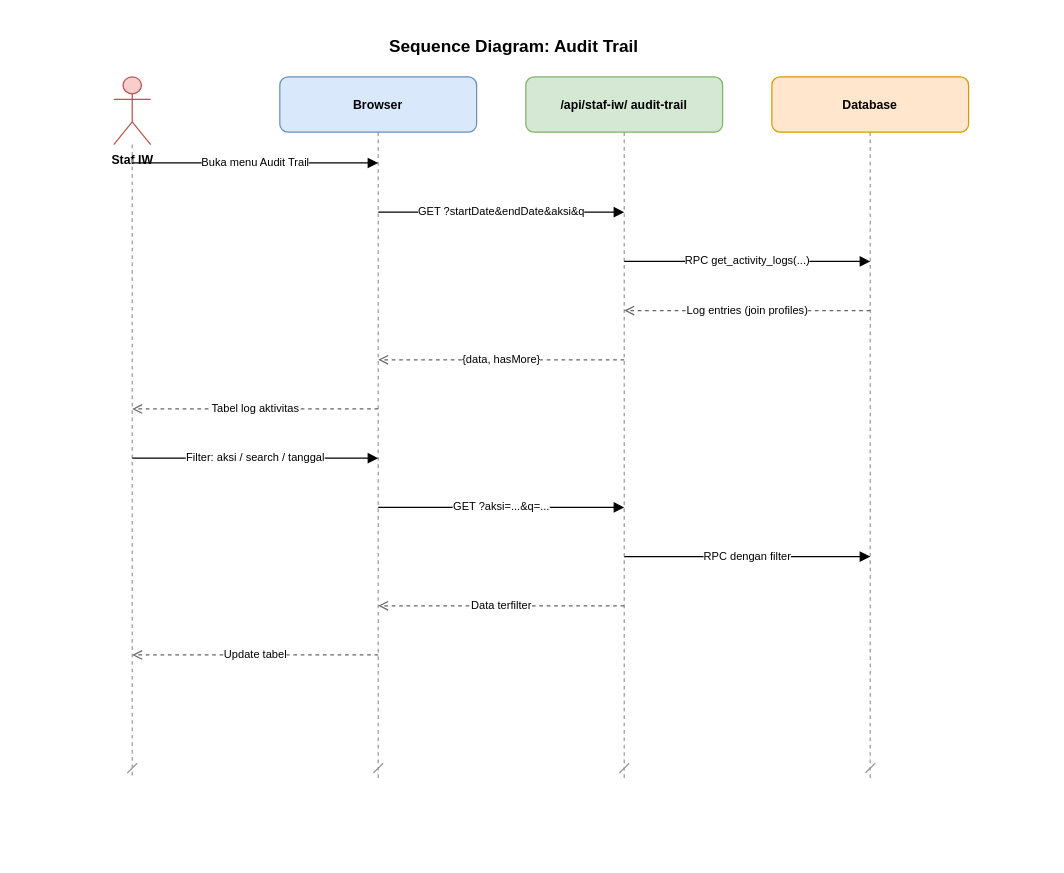
Earlier version of the draw.io diagram docs/diagrams/sequence/20-sq-audit-trail.drawio (RyanGLoomy/terminal-iwkbu). Source tidied: cells renumbered, new cells numbered last; positions are measured from the earlier drawing's top-left corner, leaving out a move shared by most shapes. Both pictures are drawn from the tidied source at 123%, with x=0, y=0 at pixel (58, 27).
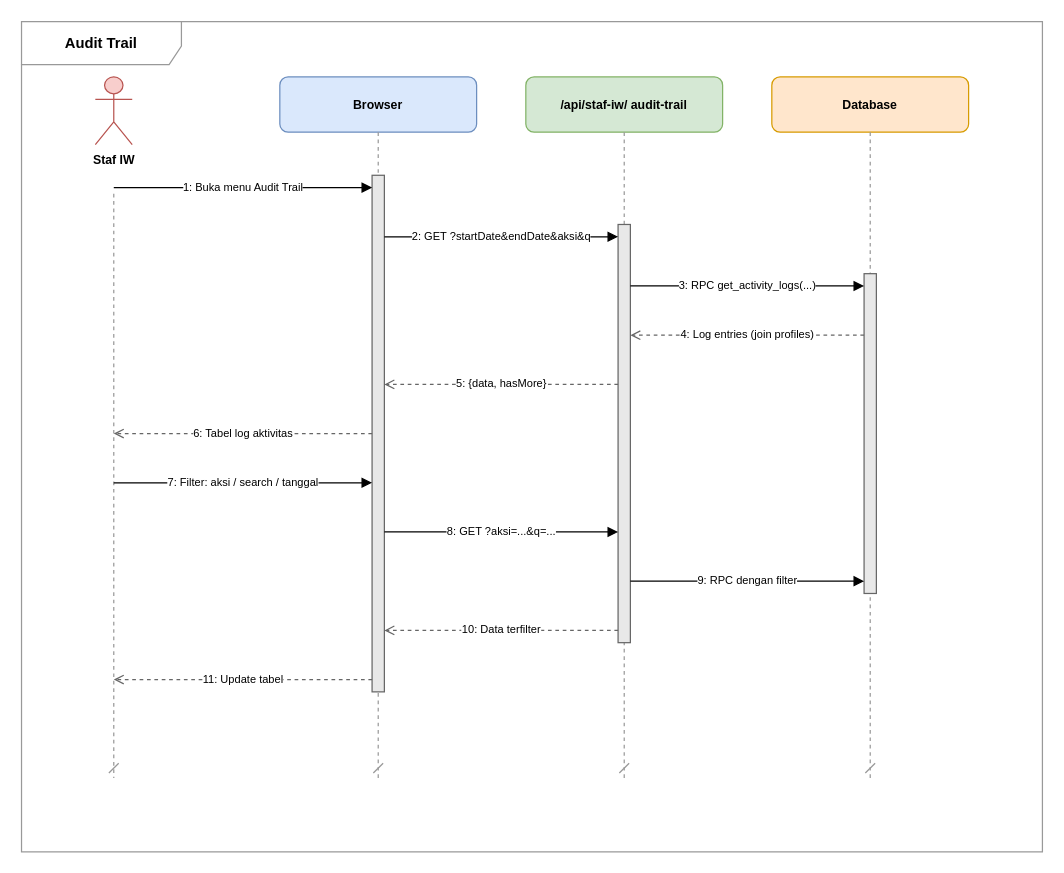
Above is the later version.

What changed in the source:
```diff
@@
-    <mxCell id="2" value="Sequence Diagram: Audit Trail" style="text;html=1;align=center;verticalAlign=middle;fontSize=14;fontStyle=1;strokeColor=none;fillColor=none;" parent="1" vertex="1">
-      <mxGeometry width="740" height="30" as="geometry" />
-    </mxCell>
+    <mxCell id="22" value="Audit Trail" style="shape=umlFrame;whiteSpace=wrap;html=1;fillColor=none;strokeColor=#999999;fontSize=12;fontStyle=1;lightOpacity=50;tabWidth=130;tabHeight=22;width=130;height=35;" parent="1" vertex="1">
+      <mxGeometry x="-30" y="-5" width="830" height="675" as="geometry" />
+    </mxCell>
     <mxCell id="3" value="Staf IW" style="shape=umlActor;verticalLabelPosition=bottom;verticalAlign=top;html=1;fillColor=#f8cecc;strokeColor=#b85450;fontStyle=1;fontSize=10;" parent="1" vertex="1">
-      <mxGeometry x="45" y="40" width="30" height="55" as="geometry" />
+      <mxGeometry x="30" y="40" width="30" height="55" as="geometry" />
     </mxCell>
     <mxCell id="4" style="endArrow=dash;dashed=1;html=1;strokeWidth=1;strokeColor=#999999;" parent="1" edge="1">
       <mxGeometry relative="1" as="geometry">
-        <mxPoint x="60" y="95" as="sourcePoint" />
-        <mxPoint x="60" y="610" as="targetPoint" />
+        <mxPoint x="45" y="135" as="sourcePoint" />
+        <mxPoint x="45" y="610" as="targetPoint" />
       </mxGeometry>
     </mxCell>
@@
+    <mxCell id="23" style="rounded=0;whiteSpace=wrap;html=1;fillColor=#e8e8e8;strokeColor=#666666;strokeWidth=1;" parent="1" vertex="1">
+      <mxGeometry x="255" y="120" width="10" height="420" as="geometry" />
+    </mxCell>
+    <mxCell id="24" style="rounded=0;whiteSpace=wrap;html=1;fillColor=#e8e8e8;strokeColor=#666666;strokeWidth=1;" parent="1" vertex="1">
+      <mxGeometry x="455" y="160" width="10" height="340" as="geometry" />
+    </mxCell>
+    <mxCell id="25" style="rounded=0;whiteSpace=wrap;html=1;fillColor=#e8e8e8;strokeColor=#666666;strokeWidth=1;" parent="1" vertex="1">
+      <mxGeometry x="655" y="200" width="10" height="260" as="geometry" />
+    </mxCell>
-    <mxCell id="11" value="Buka menu Audit Trail" style="endArrow=block;endFill=1;html=1;fontSize=9;" parent="1" edge="1">
+    <mxCell id="11" value="1: Buka menu Audit Trail" style="endArrow=block;endFill=1;html=1;fontSize=9;" parent="1" edge="1">
       <mxGeometry relative="1" as="geometry">
-        <mxPoint x="60" y="110" as="sourcePoint" />
-        <mxPoint x="260" y="110" as="targetPoint" />
+        <mxPoint x="45" y="130" as="sourcePoint" />
+        <mxPoint x="255" y="130" as="targetPoint" />
       </mxGeometry>
     </mxCell>
-    <mxCell id="12" value="GET ?startDate&amp;endDate&amp;aksi&amp;q" style="endArrow=block;endFill=1;html=1;fontSize=9;" parent="1" edge="1">
+    <mxCell id="12" value="2: GET ?startDate&amp;endDate&amp;aksi&amp;q" style="endArrow=block;endFill=1;html=1;fontSize=9;" parent="1" edge="1">
       <mxGeometry relative="1" as="geometry">
-        <mxPoint x="260" y="150" as="sourcePoint" />
-        <mxPoint x="460" y="150" as="targetPoint" />
+        <mxPoint x="265" y="170" as="sourcePoint" />
+        <mxPoint x="455" y="170" as="targetPoint" />
       </mxGeometry>
     </mxCell>
-    <mxCell id="13" value="RPC get_activity_logs(...)" style="endArrow=block;endFill=1;html=1;fontSize=9;" parent="1" edge="1">
+    <mxCell id="13" value="3: RPC get_activity_logs(...)" style="endArrow=block;endFill=1;html=1;fontSize=9;" parent="1" edge="1">
       <mxGeometry relative="1" as="geometry">
-        <mxPoint x="460" y="190" as="sourcePoint" />
-        <mxPoint x="660" y="190" as="targetPoint" />
+        <mxPoint x="465" y="210" as="sourcePoint" />
+        <mxPoint x="655" y="210" as="targetPoint" />
       </mxGeometry>
     </mxCell>
-    <mxCell id="14" value="Log entries (join profiles)" style="endArrow=open;endFill=0;dashed=1;html=1;fontSize=9;strokeColor=#666666;" parent="1" edge="1">
+    <mxCell id="14" value="4: Log entries (join profiles)" style="endArrow=open;endFill=0;dashed=1;html=1;fontSize=9;strokeColor=#666666;" parent="1" edge="1">
       <mxGeometry relative="1" as="geometry">
-        <mxPoint x="660" y="230" as="sourcePoint" />
-        <mxPoint x="460" y="230" as="targetPoint" />
+        <mxPoint x="655" y="250" as="sourcePoint" />
+        <mxPoint x="465" y="250" as="targetPoint" />
       </mxGeometry>
     </mxCell>
-    <mxCell id="15" value="{data, hasMore}" style="endArrow=open;endFill=0;dashed=1;html=1;fontSize=9;strokeColor=#666666;" parent="1" edge="1">
+    <mxCell id="15" value="5: {data, hasMore}" style="endArrow=open;endFill=0;dashed=1;html=1;fontSize=9;strokeColor=#666666;" parent="1" edge="1">
       <mxGeometry relative="1" as="geometry">
-        <mxPoint x="460" y="270" as="sourcePoint" />
-        <mxPoint x="260" y="270" as="targetPoint" />
+        <mxPoint x="455" y="290" as="sourcePoint" />
+        <mxPoint x="265" y="290" as="targetPoint" />
       </mxGeometry>
     </mxCell>
-    <mxCell id="16" value="Tabel log aktivitas" style="endArrow=open;endFill=0;dashed=1;html=1;fontSize=9;strokeColor=#666666;" parent="1" edge="1">
+    <mxCell id="16" value="6: Tabel log aktivitas" style="endArrow=open;endFill=0;dashed=1;html=1;fontSize=9;strokeColor=#666666;" parent="1" edge="1">
       <mxGeometry relative="1" as="geometry">
-        <mxPoint x="260" y="310" as="sourcePoint" />
-        <mxPoint x="60" y="310" as="targetPoint" />
+        <mxPoint x="255" y="330" as="sourcePoint" />
+        <mxPoint x="45" y="330" as="targetPoint" />
       </mxGeometry>
     </mxCell>
-    <mxCell id="17" value="Filter: aksi / search / tanggal" style="endArrow=block;endFill=1;html=1;fontSize=9;" parent="1" edge="1">
+    <mxCell id="17" value="7: Filter: aksi / search / tanggal" style="endArrow=block;endFill=1;html=1;fontSize=9;" parent="1" edge="1">
       <mxGeometry relative="1" as="geometry">
-        <mxPoint x="60" y="350" as="sourcePoint" />
-        <mxPoint x="260" y="350" as="targetPoint" />
+        <mxPoint x="45" y="370" as="sourcePoint" />
+        <mxPoint x="255" y="370" as="targetPoint" />
       </mxGeometry>
     </mxCell>
-    <mxCell id="18" value="GET ?aksi=...&amp;q=..." style="endArrow=block;endFill=1;html=1;fontSize=9;" parent="1" edge="1">
+    <mxCell id="18" value="8: GET ?aksi=...&amp;q=..." style="endArrow=block;endFill=1;html=1;fontSize=9;" parent="1" edge="1">
       <mxGeometry relative="1" as="geometry">
-        <mxPoint x="260" y="390" as="sourcePoint" />
-        <mxPoint x="460" y="390" as="targetPoint" />
+        <mxPoint x="265" y="410" as="sourcePoint" />
+        <mxPoint x="455" y="410" as="targetPoint" />
       </mxGeometry>
     </mxCell>
-    <mxCell id="19" value="RPC dengan filter" style="endArrow=block;endFill=1;html=1;fontSize=9;" parent="1" edge="1">
+    <mxCell id="19" value="9: RPC dengan filter" style="endArrow=block;endFill=1;html=1;fontSize=9;" parent="1" edge="1">
       <mxGeometry relative="1" as="geometry">
-        <mxPoint x="460" y="430" as="sourcePoint" />
-        <mxPoint x="660" y="430" as="targetPoint" />
+        <mxPoint x="465" y="450" as="sourcePoint" />
+        <mxPoint x="655" y="450" as="targetPoint" />
       </mxGeometry>
     </mxCell>
-    <mxCell id="20" value="Data terfilter" style="endArrow=open;endFill=0;dashed=1;html=1;fontSize=9;strokeColor=#666666;" parent="1" edge="1">
+    <mxCell id="20" value="10: Data terfilter" style="endArrow=open;endFill=0;dashed=1;html=1;fontSize=9;strokeColor=#666666;" parent="1" edge="1">
       <mxGeometry relative="1" as="geometry">
-        <mxPoint x="460" y="470" as="sourcePoint" />
-        <mxPoint x="260" y="470" as="targetPoint" />
+        <mxPoint x="455" y="490" as="sourcePoint" />
+        <mxPoint x="265" y="490" as="targetPoint" />
       </mxGeometry>
     </mxCell>
-    <mxCell id="21" value="Update tabel" style="endArrow=open;endFill=0;dashed=1;html=1;fontSize=9;strokeColor=#666666;" parent="1" edge="1">
+    <mxCell id="21" value="11: Update tabel" style="endArrow=open;endFill=0;dashed=1;html=1;fontSize=9;strokeColor=#666666;" parent="1" edge="1">
       <mxGeometry relative="1" as="geometry">
-        <mxPoint x="260" y="510" as="sourcePoint" />
-        <mxPoint x="60" y="510" as="targetPoint" />
+        <mxPoint x="255" y="530" as="sourcePoint" />
+        <mxPoint x="45" y="530" as="targetPoint" />
       </mxGeometry>
     </mxCell>
```
